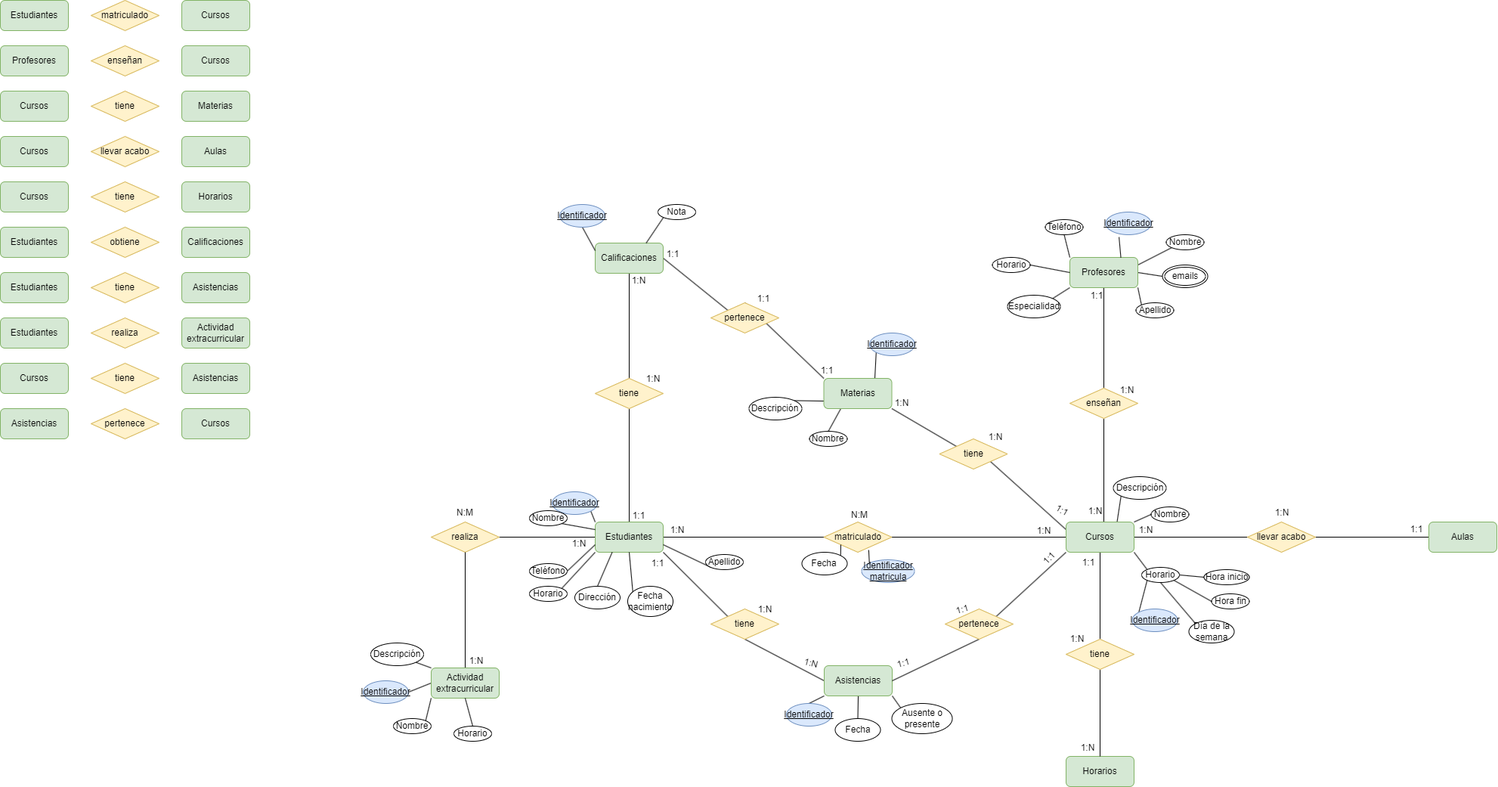
This is Unidad-1/Tareas/Tareas-evaluables/Tarea-evaluable-1/Ejercicio-evaluable-1.drawio.png from LuisMGlez/base-datos, a draw.io export, as it was before one commit. Source tidied: cells renumbered, new cells last; positions are measured from the earlier drawing's top-left corner, leaving out a move shared by most shapes.
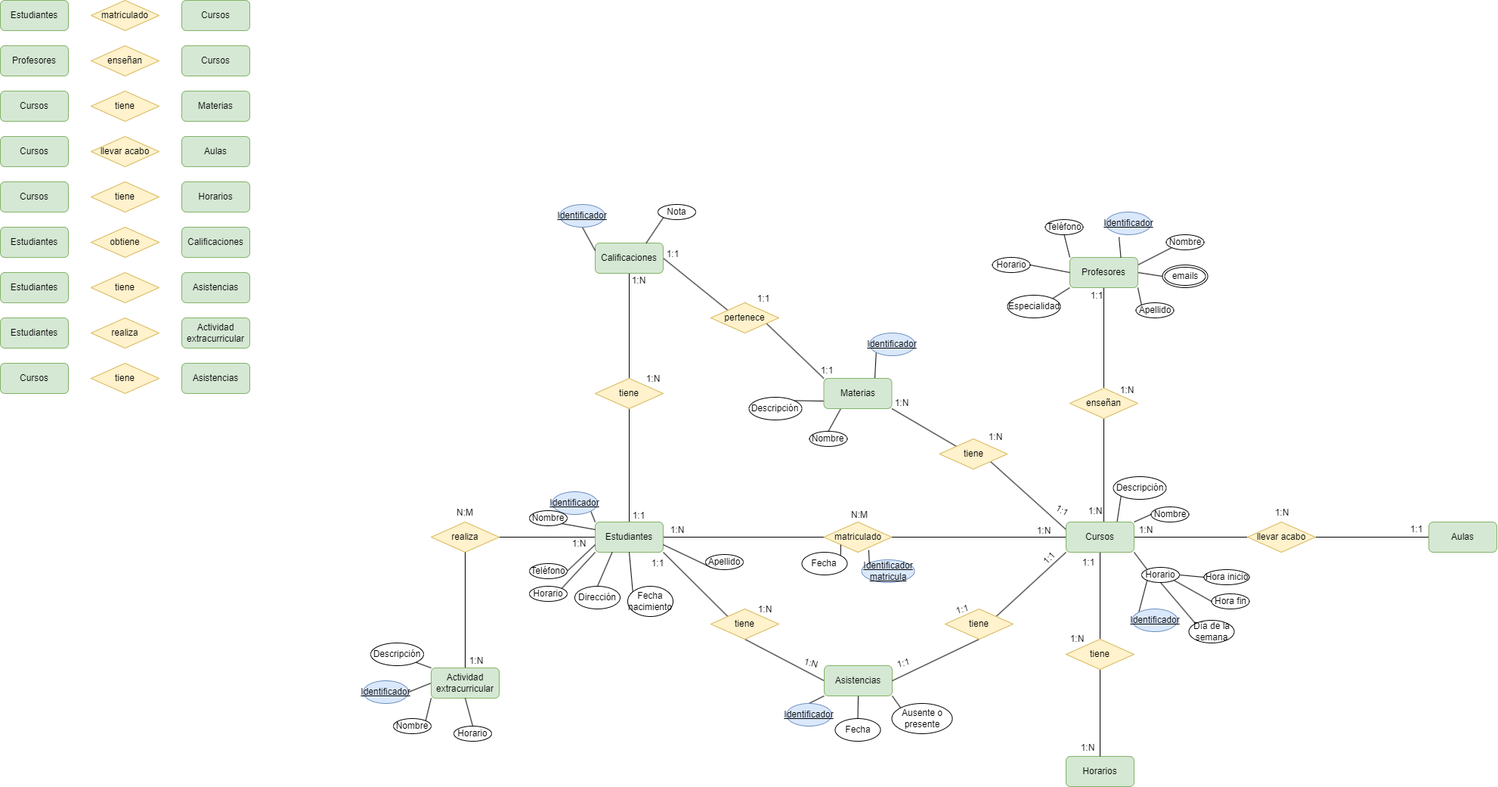
After the change.

Change to the diagram source:
```diff
@@ -199,7 +199,7 @@
     <mxCell id="66" style="rounded=0;jettySize=auto;html=1;exitX=0.5;exitY=1;exitDx=0;exitDy=0;entryX=1;entryY=0.5;entryDx=0;entryDy=0;endArrow=none;endFill=0;" parent="1" edge="1" source="67" target="64">
       <mxGeometry relative="1" as="geometry" />
     </mxCell>
-    <mxCell id="67" value="pertenece" style="rhombus;whiteSpace=wrap;html=1;fillColor=#fff2cc;strokeColor=#d6b656;" parent="1" vertex="1">
+    <mxCell id="67" value="tiene" style="rhombus;whiteSpace=wrap;html=1;fillColor=#fff2cc;strokeColor=#d6b656;" parent="1" vertex="1">
       <mxGeometry x="1250" y="805" width="90" height="40" as="geometry" />
     </mxCell>
     <mxCell id="68" style="rounded=0;jettySize=auto;html=1;exitX=0.5;exitY=0;exitDx=0;exitDy=0;endArrow=none;endFill=0;entryX=0;entryY=0;entryDx=0;entryDy=0;" parent="1" edge="1" source="69" target="105">
@@ -226,15 +226,6 @@
     <mxCell id="75" value="Actividad extracurricular" style="rounded=1;whiteSpace=wrap;html=1;fillColor=#d5e8d4;strokeColor=#82b366;" parent="1" vertex="1">
       <mxGeometry x="570" y="883" width="90" height="40" as="geometry" />
     </mxCell>
-    <mxCell id="76" value="Asistencias" style="rounded=1;whiteSpace=wrap;html=1;fillColor=#d5e8d4;strokeColor=#82b366;" parent="1" vertex="1">
-      <mxGeometry y="540" width="90" height="40" as="geometry" />
-    </mxCell>
-    <mxCell id="77" value="Cursos" style="rounded=1;whiteSpace=wrap;html=1;fillColor=#d5e8d4;strokeColor=#82b366;" parent="1" vertex="1">
-      <mxGeometry x="240" y="540" width="90" height="40" as="geometry" />
-    </mxCell>
-    <mxCell id="78" value="pertenece" style="rhombus;whiteSpace=wrap;html=1;fillColor=#fff2cc;strokeColor=#d6b656;" parent="1" vertex="1">
-      <mxGeometry x="120" y="540" width="90" height="40" as="geometry" />
-    </mxCell>
     <mxCell id="79" value="Descripción" style="ellipse;whiteSpace=wrap;html=1;" parent="1" vertex="1">
       <mxGeometry x="490" y="850" width="70" height="30" as="geometry" />
     </mxCell>
```
